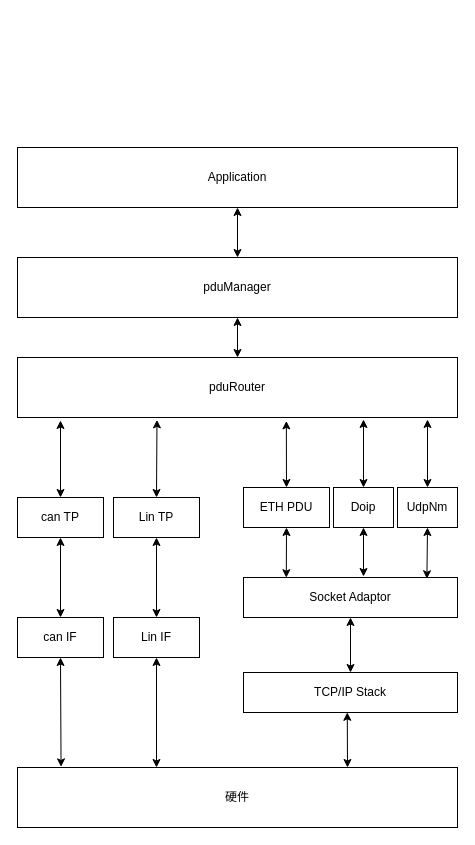
Earlier version of the draw.io diagram image/流转链路.drawio (wfqLab/picture_gallery_picgo). Source tidied: cells renumbered, new cells numbered last; positions are measured from the earlier drawing's top-left corner, leaving out a move shared by most shapes. Both pictures are drawn from the tidied source at 100%, with x=0, y=0 at pixel (17, 147).
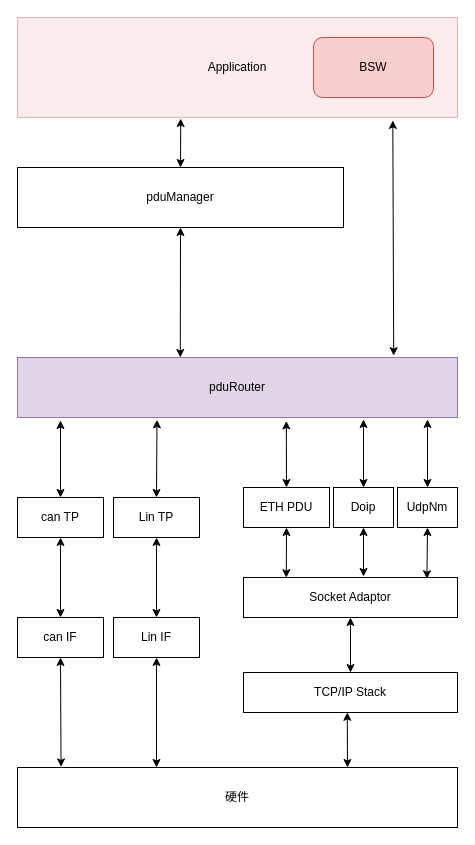
The same diagram, later.

Commit message:
更新流转链路.drawio

The edit, as a diff of the source:
```diff
@@
-    <mxCell id="3" value="Application" style="rounded=0;whiteSpace=wrap;html=1;" parent="1" vertex="1">
-      <mxGeometry width="440" height="60" as="geometry" />
+    <mxCell id="3" value="Application" style="rounded=0;whiteSpace=wrap;html=1;fillColor=#f8cecc;strokeColor=#b85450;opacity=40;" parent="1" vertex="1">
+      <mxGeometry y="-130" width="440" height="100" as="geometry" />
     </mxCell>
     <mxCell id="4" value="pduManager" style="rounded=0;whiteSpace=wrap;html=1;" parent="1" vertex="1">
-      <mxGeometry y="110" width="440" height="60" as="geometry" />
+      <mxGeometry y="20" width="326" height="60" as="geometry" />
     </mxCell>
-    <mxCell id="5" value="pduRouter" style="rounded=0;whiteSpace=wrap;html=1;" parent="1" vertex="1">
+    <mxCell id="5" value="pduRouter" style="rounded=0;whiteSpace=wrap;html=1;fillColor=#e1d5e7;strokeColor=#9673a6;" parent="1" vertex="1">
       <mxGeometry y="210" width="440" height="60" as="geometry" />
     </mxCell>
@@
-    <mxCell id="29" style="endArrow=classic;startArrow=classic;html=1;rounded=0;entryX=0.5;entryY=1;entryDx=0;entryDy=0;exitX=0.5;exitY=0;exitDx=0;exitDy=0;" parent="1" edge="1" source="5" target="4">
+    <mxCell id="29" style="endArrow=classic;startArrow=classic;html=1;rounded=0;entryX=0.5;entryY=1;entryDx=0;entryDy=0;exitX=0.37;exitY=0;exitDx=0;exitDy=0;exitPerimeter=0;" parent="1" edge="1" source="5" target="4">
       <mxGeometry relative="1" as="geometry" />
     </mxCell>
-    <mxCell id="30" style="endArrow=classic;startArrow=classic;html=1;rounded=0;entryX=0.5;entryY=1;entryDx=0;entryDy=0;exitX=0.5;exitY=0;exitDx=0;exitDy=0;" parent="1" edge="1" source="4" target="3">
+    <mxCell id="30" style="endArrow=classic;startArrow=classic;html=1;rounded=0;exitX=0.5;exitY=0;exitDx=0;exitDy=0;entryX=0.371;entryY=1.01;entryDx=0;entryDy=0;entryPerimeter=0;" parent="1" edge="1" source="4" target="3">
       <mxGeometry relative="1" as="geometry" />
     </mxCell>
+    <mxCell id="31" style="endArrow=classic;startArrow=classic;html=1;rounded=0;entryX=0.853;entryY=1.029;entryDx=0;entryDy=0;exitX=0.855;exitY=-0.031;exitDx=0;exitDy=0;exitPerimeter=0;entryPerimeter=0;" parent="1" edge="1" source="5" target="3">
+      <mxGeometry relative="1" as="geometry" />
+    </mxCell>
+    <mxCell id="32" value="BSW" style="rounded=1;whiteSpace=wrap;html=1;fillColor=#f8cecc;strokeColor=#b85450;" parent="1" vertex="1">
+      <mxGeometry x="296" y="-110" width="120" height="60" as="geometry" />
+    </mxCell>
```
